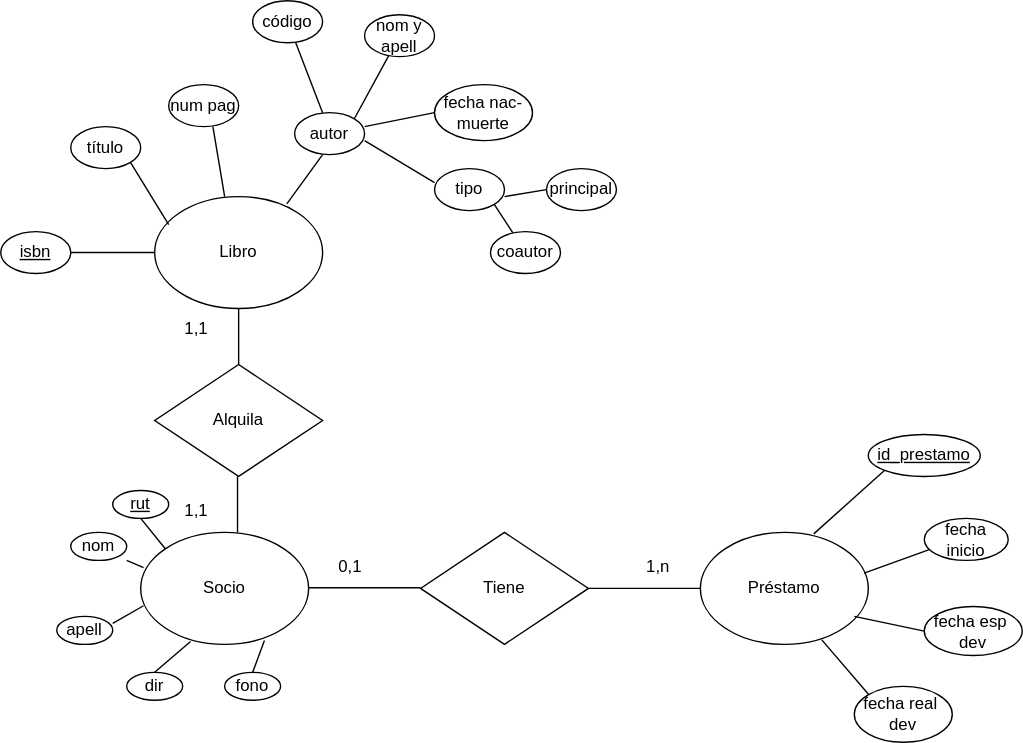
Above: modelo conceptual.drawio.svg in FranSantander/-Biblioteca (draw.io), before the change. Source tidied: cells renumbered, new cells last; positions are measured from the earlier drawing's top-left corner, leaving out a move shared by most shapes. Its diagram source:
```xml
<mxGraphModel>
  <root>
    <mxCell id="0" />
    <mxCell id="1" parent="0" />
    <mxCell id="2" value="Libro" style="ellipse;whiteSpace=wrap;html=1;" parent="1" vertex="1">
      <mxGeometry x="110" y="140" width="120" height="80" as="geometry" />
    </mxCell>
    <mxCell id="3" value="Socio" style="ellipse;whiteSpace=wrap;html=1;" parent="1" vertex="1">
      <mxGeometry x="100" y="380" width="120" height="80" as="geometry" />
    </mxCell>
    <mxCell id="4" value="Préstamo" style="ellipse;whiteSpace=wrap;html=1;" parent="1" vertex="1">
      <mxGeometry x="500" y="380" width="120" height="80" as="geometry" />
    </mxCell>
    <mxCell id="5" value="&lt;u&gt;isbn&lt;/u&gt;" style="ellipse;whiteSpace=wrap;html=1;" parent="1" vertex="1">
      <mxGeometry y="165" width="50" height="30" as="geometry" />
    </mxCell>
    <mxCell id="6" value="título" style="ellipse;whiteSpace=wrap;html=1;" parent="1" vertex="1">
      <mxGeometry x="50" y="90" width="50" height="30" as="geometry" />
    </mxCell>
    <mxCell id="7" value="num pag" style="ellipse;whiteSpace=wrap;html=1;" parent="1" vertex="1">
      <mxGeometry x="120" y="60" width="50" height="30" as="geometry" />
    </mxCell>
    <mxCell id="8" value="autor" style="ellipse;whiteSpace=wrap;html=1;" parent="1" vertex="1">
      <mxGeometry x="210" y="80" width="50" height="30" as="geometry" />
    </mxCell>
    <mxCell id="9" value="tipo" style="ellipse;whiteSpace=wrap;html=1;" parent="1" vertex="1">
      <mxGeometry x="310" y="120" width="50" height="30" as="geometry" />
    </mxCell>
    <mxCell id="10" value="fecha nac-muerte" style="ellipse;whiteSpace=wrap;html=1;" parent="1" vertex="1">
      <mxGeometry x="310" y="60" width="70" height="40" as="geometry" />
    </mxCell>
    <mxCell id="11" value="nom y apell" style="ellipse;whiteSpace=wrap;html=1;" parent="1" vertex="1">
      <mxGeometry x="260" y="10" width="50" height="30" as="geometry" />
    </mxCell>
    <mxCell id="12" value="código" style="ellipse;whiteSpace=wrap;html=1;" parent="1" vertex="1">
      <mxGeometry x="180" width="50" height="30" as="geometry" />
    </mxCell>
    <mxCell id="13" style="endArrow=none;html=1;rounded=0;exitX=0.787;exitY=0.065;exitDx=0;exitDy=0;exitPerimeter=0;" parent="1" edge="1" source="2">
      <mxGeometry relative="1" as="geometry">
        <mxPoint x="230" y="110" as="targetPoint" />
      </mxGeometry>
    </mxCell>
    <mxCell id="14" style="endArrow=none;html=1;rounded=0;exitX=1;exitY=0;exitDx=0;exitDy=0;" parent="1" edge="1" source="8" target="11">
      <mxGeometry relative="1" as="geometry" />
    </mxCell>
    <mxCell id="15" style="endArrow=none;html=1;rounded=0;entryX=0.632;entryY=1;entryDx=0;entryDy=0;entryPerimeter=0;" parent="1" edge="1" target="7">
      <mxGeometry relative="1" as="geometry">
        <mxPoint x="160" y="140" as="sourcePoint" />
      </mxGeometry>
    </mxCell>
    <mxCell id="16" style="endArrow=none;html=1;rounded=0;entryX=1;entryY=1;entryDx=0;entryDy=0;" parent="1" edge="1" target="6">
      <mxGeometry relative="1" as="geometry">
        <mxPoint x="120" y="160" as="sourcePoint" />
      </mxGeometry>
    </mxCell>
    <mxCell id="17" style="endArrow=none;html=1;rounded=0;entryX=1;entryY=0.5;entryDx=0;entryDy=0;exitX=0;exitY=0.5;exitDx=0;exitDy=0;" parent="1" edge="1" source="2" target="5">
      <mxGeometry relative="1" as="geometry" />
    </mxCell>
    <mxCell id="18" style="endArrow=none;html=1;rounded=0;entryX=0.616;entryY=1;entryDx=0;entryDy=0;entryPerimeter=0;" parent="1" edge="1" target="12">
      <mxGeometry relative="1" as="geometry">
        <mxPoint x="230" y="80" as="sourcePoint" />
      </mxGeometry>
    </mxCell>
    <mxCell id="19" style="endArrow=none;html=1;rounded=0;entryX=0;entryY=0.5;entryDx=0;entryDy=0;" parent="1" edge="1" target="10">
      <mxGeometry relative="1" as="geometry">
        <mxPoint x="260" y="90" as="sourcePoint" />
      </mxGeometry>
    </mxCell>
    <mxCell id="20" style="endArrow=none;html=1;rounded=0;entryX=0;entryY=0.333;entryDx=0;entryDy=0;entryPerimeter=0;" parent="1" edge="1" target="9">
      <mxGeometry relative="1" as="geometry">
        <mxPoint x="260" y="100" as="sourcePoint" />
      </mxGeometry>
    </mxCell>
    <mxCell id="21" value="coautor" style="ellipse;whiteSpace=wrap;html=1;" parent="1" vertex="1">
      <mxGeometry x="350" y="165" width="50" height="30" as="geometry" />
    </mxCell>
    <mxCell id="22" value="principal" style="ellipse;whiteSpace=wrap;html=1;" parent="1" vertex="1">
      <mxGeometry x="390" y="120" width="50" height="30" as="geometry" />
    </mxCell>
    <mxCell id="23" style="endArrow=none;html=1;rounded=0;entryX=0.32;entryY=0.033;entryDx=0;entryDy=0;entryPerimeter=0;exitX=1;exitY=1;exitDx=0;exitDy=0;" parent="1" edge="1" source="9" target="21">
      <mxGeometry relative="1" as="geometry" />
    </mxCell>
    <mxCell id="24" style="endArrow=none;html=1;rounded=0;entryX=0;entryY=0.5;entryDx=0;entryDy=0;" parent="1" edge="1" target="22">
      <mxGeometry relative="1" as="geometry">
        <mxPoint x="360" y="140" as="sourcePoint" />
      </mxGeometry>
    </mxCell>
    <mxCell id="25" value="&lt;u&gt;rut&lt;/u&gt;" style="ellipse;whiteSpace=wrap;html=1;" parent="1" vertex="1">
      <mxGeometry x="80" y="350" width="40" height="20" as="geometry" />
    </mxCell>
    <mxCell id="26" value="nom" style="ellipse;whiteSpace=wrap;html=1;" parent="1" vertex="1">
      <mxGeometry x="50" y="380" width="40" height="20" as="geometry" />
    </mxCell>
    <mxCell id="27" value="apell" style="ellipse;whiteSpace=wrap;html=1;" parent="1" vertex="1">
      <mxGeometry x="40" y="440" width="40" height="20" as="geometry" />
    </mxCell>
    <mxCell id="28" value="dir" style="ellipse;whiteSpace=wrap;html=1;" parent="1" vertex="1">
      <mxGeometry x="90" y="480" width="40" height="20" as="geometry" />
    </mxCell>
    <mxCell id="29" value="fono" style="ellipse;whiteSpace=wrap;html=1;" parent="1" vertex="1">
      <mxGeometry x="160" y="480" width="40" height="20" as="geometry" />
    </mxCell>
    <mxCell id="30" value="Tiene" style="rhombus;whiteSpace=wrap;html=1;" parent="1" vertex="1">
      <mxGeometry x="300" y="380" width="120" height="80" as="geometry" />
    </mxCell>
    <mxCell id="31" style="endArrow=none;html=1;rounded=0;exitX=0.675;exitY=0.013;exitDx=0;exitDy=0;exitPerimeter=0;entryX=0;entryY=1;entryDx=0;entryDy=0;" parent="1" edge="1" source="4" target="50">
      <mxGeometry relative="1" as="geometry" />
    </mxCell>
    <mxCell id="32" style="endArrow=none;html=1;rounded=0;exitX=0.975;exitY=0.363;exitDx=0;exitDy=0;exitPerimeter=0;" parent="1" edge="1" source="4">
      <mxGeometry relative="1" as="geometry">
        <mxPoint x="670" y="390" as="targetPoint" />
      </mxGeometry>
    </mxCell>
    <mxCell id="33" style="endArrow=none;html=1;rounded=0;entryX=0;entryY=0.5;entryDx=0;entryDy=0;" parent="1" edge="1" target="41">
      <mxGeometry relative="1" as="geometry">
        <mxPoint x="610" y="440" as="sourcePoint" />
      </mxGeometry>
    </mxCell>
    <mxCell id="34" style="endArrow=none;html=1;rounded=0;exitX=0.723;exitY=0.96;exitDx=0;exitDy=0;exitPerimeter=0;entryX=0;entryY=0;entryDx=0;entryDy=0;" parent="1" edge="1" source="4" target="42">
      <mxGeometry relative="1" as="geometry" />
    </mxCell>
    <mxCell id="35" style="endArrow=none;html=1;rounded=0;" parent="1" edge="1">
      <mxGeometry relative="1" as="geometry">
        <mxPoint x="420" y="420" as="sourcePoint" />
        <mxPoint x="500" y="420" as="targetPoint" />
      </mxGeometry>
    </mxCell>
    <mxCell id="36" style="endArrow=none;html=1;rounded=0;" parent="1" edge="1">
      <mxGeometry relative="1" as="geometry">
        <mxPoint x="220" y="419.6" as="sourcePoint" />
        <mxPoint x="300" y="419.6" as="targetPoint" />
      </mxGeometry>
    </mxCell>
    <mxCell id="37" value="Alquila" style="rhombus;whiteSpace=wrap;html=1;" parent="1" vertex="1">
      <mxGeometry x="110" y="260" width="120" height="80" as="geometry" />
    </mxCell>
    <mxCell id="38" style="endArrow=none;html=1;rounded=0;entryX=0.5;entryY=1;entryDx=0;entryDy=0;" parent="1" edge="1" target="2">
      <mxGeometry relative="1" as="geometry">
        <mxPoint x="170" y="260" as="sourcePoint" />
      </mxGeometry>
    </mxCell>
    <mxCell id="39" style="endArrow=none;html=1;rounded=0;entryX=0.5;entryY=1;entryDx=0;entryDy=0;" parent="1" edge="1">
      <mxGeometry relative="1" as="geometry">
        <mxPoint x="169.2" y="380" as="sourcePoint" />
        <mxPoint x="169.2" y="340" as="targetPoint" />
      </mxGeometry>
    </mxCell>
    <mxCell id="40" value="fecha inicio" style="ellipse;whiteSpace=wrap;html=1;" parent="1" vertex="1">
      <mxGeometry x="660" y="370" width="60" height="30" as="geometry" />
    </mxCell>
    <mxCell id="41" value="fecha esp&amp;nbsp; dev" style="ellipse;whiteSpace=wrap;html=1;" parent="1" vertex="1">
      <mxGeometry x="660" y="433" width="70" height="35" as="geometry" />
    </mxCell>
    <mxCell id="42" value="fecha real&amp;nbsp; dev" style="ellipse;whiteSpace=wrap;html=1;" parent="1" vertex="1">
      <mxGeometry x="610" y="490" width="70" height="40" as="geometry" />
    </mxCell>
    <mxCell id="43" style="endArrow=none;html=1;rounded=0;entryX=0.297;entryY=0.975;entryDx=0;entryDy=0;entryPerimeter=0;" parent="1" edge="1" target="3">
      <mxGeometry relative="1" as="geometry">
        <mxPoint x="110" y="480" as="sourcePoint" />
      </mxGeometry>
    </mxCell>
    <mxCell id="44" style="endArrow=none;html=1;rounded=0;entryX=0.017;entryY=0.655;entryDx=0;entryDy=0;entryPerimeter=0;" parent="1" edge="1" target="3">
      <mxGeometry relative="1" as="geometry">
        <mxPoint x="80" y="445" as="sourcePoint" />
      </mxGeometry>
    </mxCell>
    <mxCell id="45" style="endArrow=none;html=1;rounded=0;entryX=0.017;entryY=0.315;entryDx=0;entryDy=0;entryPerimeter=0;" parent="1" edge="1" target="3">
      <mxGeometry relative="1" as="geometry">
        <mxPoint x="90" y="400" as="sourcePoint" />
      </mxGeometry>
    </mxCell>
    <mxCell id="46" value="0,1" style="text;html=1;strokeColor=none;fillColor=none;align=center;verticalAlign=middle;whiteSpace=wrap;rounded=0;" parent="1" vertex="1">
      <mxGeometry x="220" y="390" width="60" height="30" as="geometry" />
    </mxCell>
    <mxCell id="47" value="1,n" style="text;html=1;strokeColor=none;fillColor=none;align=center;verticalAlign=middle;whiteSpace=wrap;rounded=0;" parent="1" vertex="1">
      <mxGeometry x="440" y="390" width="60" height="30" as="geometry" />
    </mxCell>
    <mxCell id="48" value="1,1" style="text;html=1;strokeColor=none;fillColor=none;align=center;verticalAlign=middle;whiteSpace=wrap;rounded=0;" parent="1" vertex="1">
      <mxGeometry x="110" y="220" width="60" height="30" as="geometry" />
    </mxCell>
    <mxCell id="49" value="1,1" style="text;html=1;strokeColor=none;fillColor=none;align=center;verticalAlign=middle;whiteSpace=wrap;rounded=0;" parent="1" vertex="1">
      <mxGeometry x="110" y="350" width="60" height="30" as="geometry" />
    </mxCell>
    <mxCell id="50" value="&lt;u&gt;id_prestamo&lt;/u&gt;" style="ellipse;whiteSpace=wrap;html=1;" parent="1" vertex="1">
      <mxGeometry x="620" y="310" width="80" height="30" as="geometry" />
    </mxCell>
    <mxCell id="51" style="endArrow=none;html=1;rounded=0;entryX=0.737;entryY=0.965;entryDx=0;entryDy=0;entryPerimeter=0;" parent="1" edge="1" target="3">
      <mxGeometry relative="1" as="geometry">
        <mxPoint x="180" y="480" as="sourcePoint" />
      </mxGeometry>
    </mxCell>
    <mxCell id="52" style="endArrow=none;html=1;rounded=0;entryX=0;entryY=0;entryDx=0;entryDy=0;" parent="1" edge="1" target="3">
      <mxGeometry relative="1" as="geometry">
        <mxPoint x="100" y="370" as="sourcePoint" />
      </mxGeometry>
    </mxCell>
  </root>
</mxGraphModel>
```
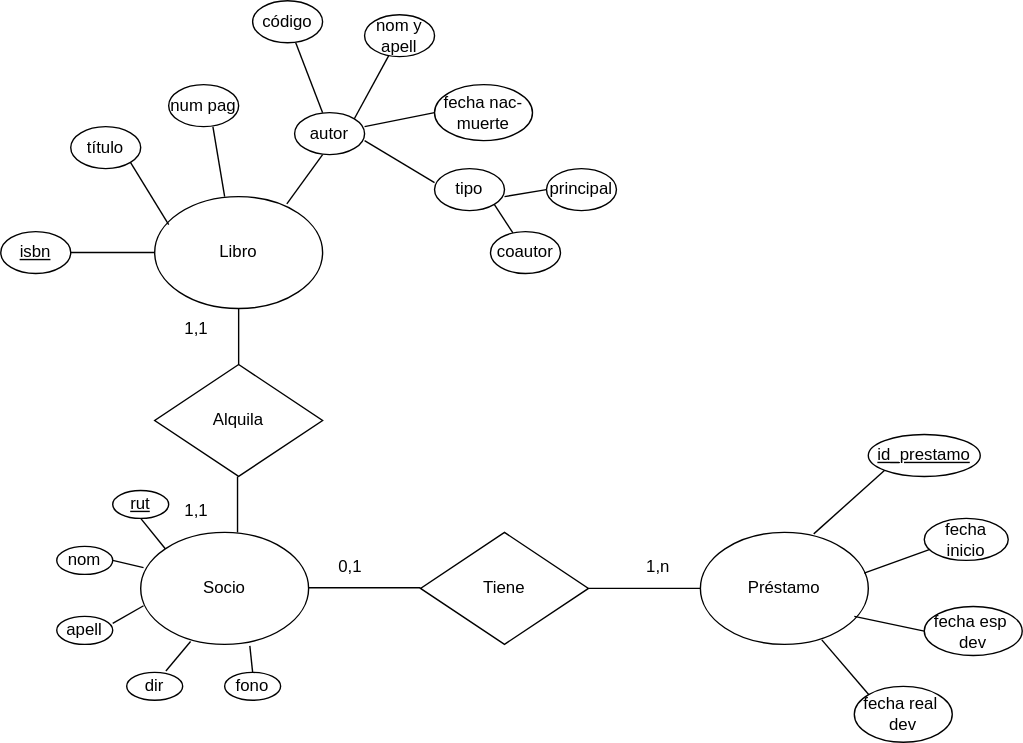
Above is the later version.

Diff of the diagram source:
```diff
@@ -89,7 +89,7 @@
       <mxGeometry x="80" y="350" width="40" height="20" as="geometry" />
     </mxCell>
     <mxCell id="26" value="nom" style="ellipse;whiteSpace=wrap;html=1;" parent="1" vertex="1">
-      <mxGeometry x="50" y="380" width="40" height="20" as="geometry" />
+      <mxGeometry x="40" y="390" width="40" height="20" as="geometry" />
     </mxCell>
     <mxCell id="27" value="apell" style="ellipse;whiteSpace=wrap;html=1;" parent="1" vertex="1">
       <mxGeometry x="40" y="440" width="40" height="20" as="geometry" />
@@ -154,10 +154,8 @@
     <mxCell id="42" value="fecha real&amp;nbsp; dev" style="ellipse;whiteSpace=wrap;html=1;" parent="1" vertex="1">
       <mxGeometry x="610" y="490" width="70" height="40" as="geometry" />
     </mxCell>
-    <mxCell id="43" style="endArrow=none;html=1;rounded=0;entryX=0.297;entryY=0.975;entryDx=0;entryDy=0;entryPerimeter=0;" parent="1" edge="1" target="3">
-      <mxGeometry relative="1" as="geometry">
-        <mxPoint x="110" y="480" as="sourcePoint" />
-      </mxGeometry>
+    <mxCell id="43" style="endArrow=none;html=1;rounded=0;entryX=0.297;entryY=0.975;entryDx=0;entryDy=0;entryPerimeter=0;exitX=0.7;exitY=-0.05;exitDx=0;exitDy=0;exitPerimeter=0;" parent="1" edge="1" source="28" target="3">
+      <mxGeometry relative="1" as="geometry" />
     </mxCell>
     <mxCell id="44" style="endArrow=none;html=1;rounded=0;entryX=0.017;entryY=0.655;entryDx=0;entryDy=0;entryPerimeter=0;" parent="1" edge="1" target="3">
       <mxGeometry relative="1" as="geometry">
@@ -166,7 +164,7 @@
     </mxCell>
     <mxCell id="45" style="endArrow=none;html=1;rounded=0;entryX=0.017;entryY=0.315;entryDx=0;entryDy=0;entryPerimeter=0;" parent="1" edge="1" target="3">
       <mxGeometry relative="1" as="geometry">
-        <mxPoint x="90" y="400" as="sourcePoint" />
+        <mxPoint x="80" y="400" as="sourcePoint" />
       </mxGeometry>
     </mxCell>
     <mxCell id="46" value="0,1" style="text;html=1;strokeColor=none;fillColor=none;align=center;verticalAlign=middle;whiteSpace=wrap;rounded=0;" parent="1" vertex="1">
@@ -184,7 +182,7 @@
     <mxCell id="50" value="&lt;u&gt;id_prestamo&lt;/u&gt;" style="ellipse;whiteSpace=wrap;html=1;" parent="1" vertex="1">
       <mxGeometry x="620" y="310" width="80" height="30" as="geometry" />
     </mxCell>
-    <mxCell id="51" style="endArrow=none;html=1;rounded=0;entryX=0.737;entryY=0.965;entryDx=0;entryDy=0;entryPerimeter=0;" parent="1" edge="1" target="3">
+    <mxCell id="51" style="endArrow=none;html=1;rounded=0;entryX=0.65;entryY=1.013;entryDx=0;entryDy=0;entryPerimeter=0;" parent="1" edge="1" target="3">
       <mxGeometry relative="1" as="geometry">
         <mxPoint x="180" y="480" as="sourcePoint" />
       </mxGeometry>
```
